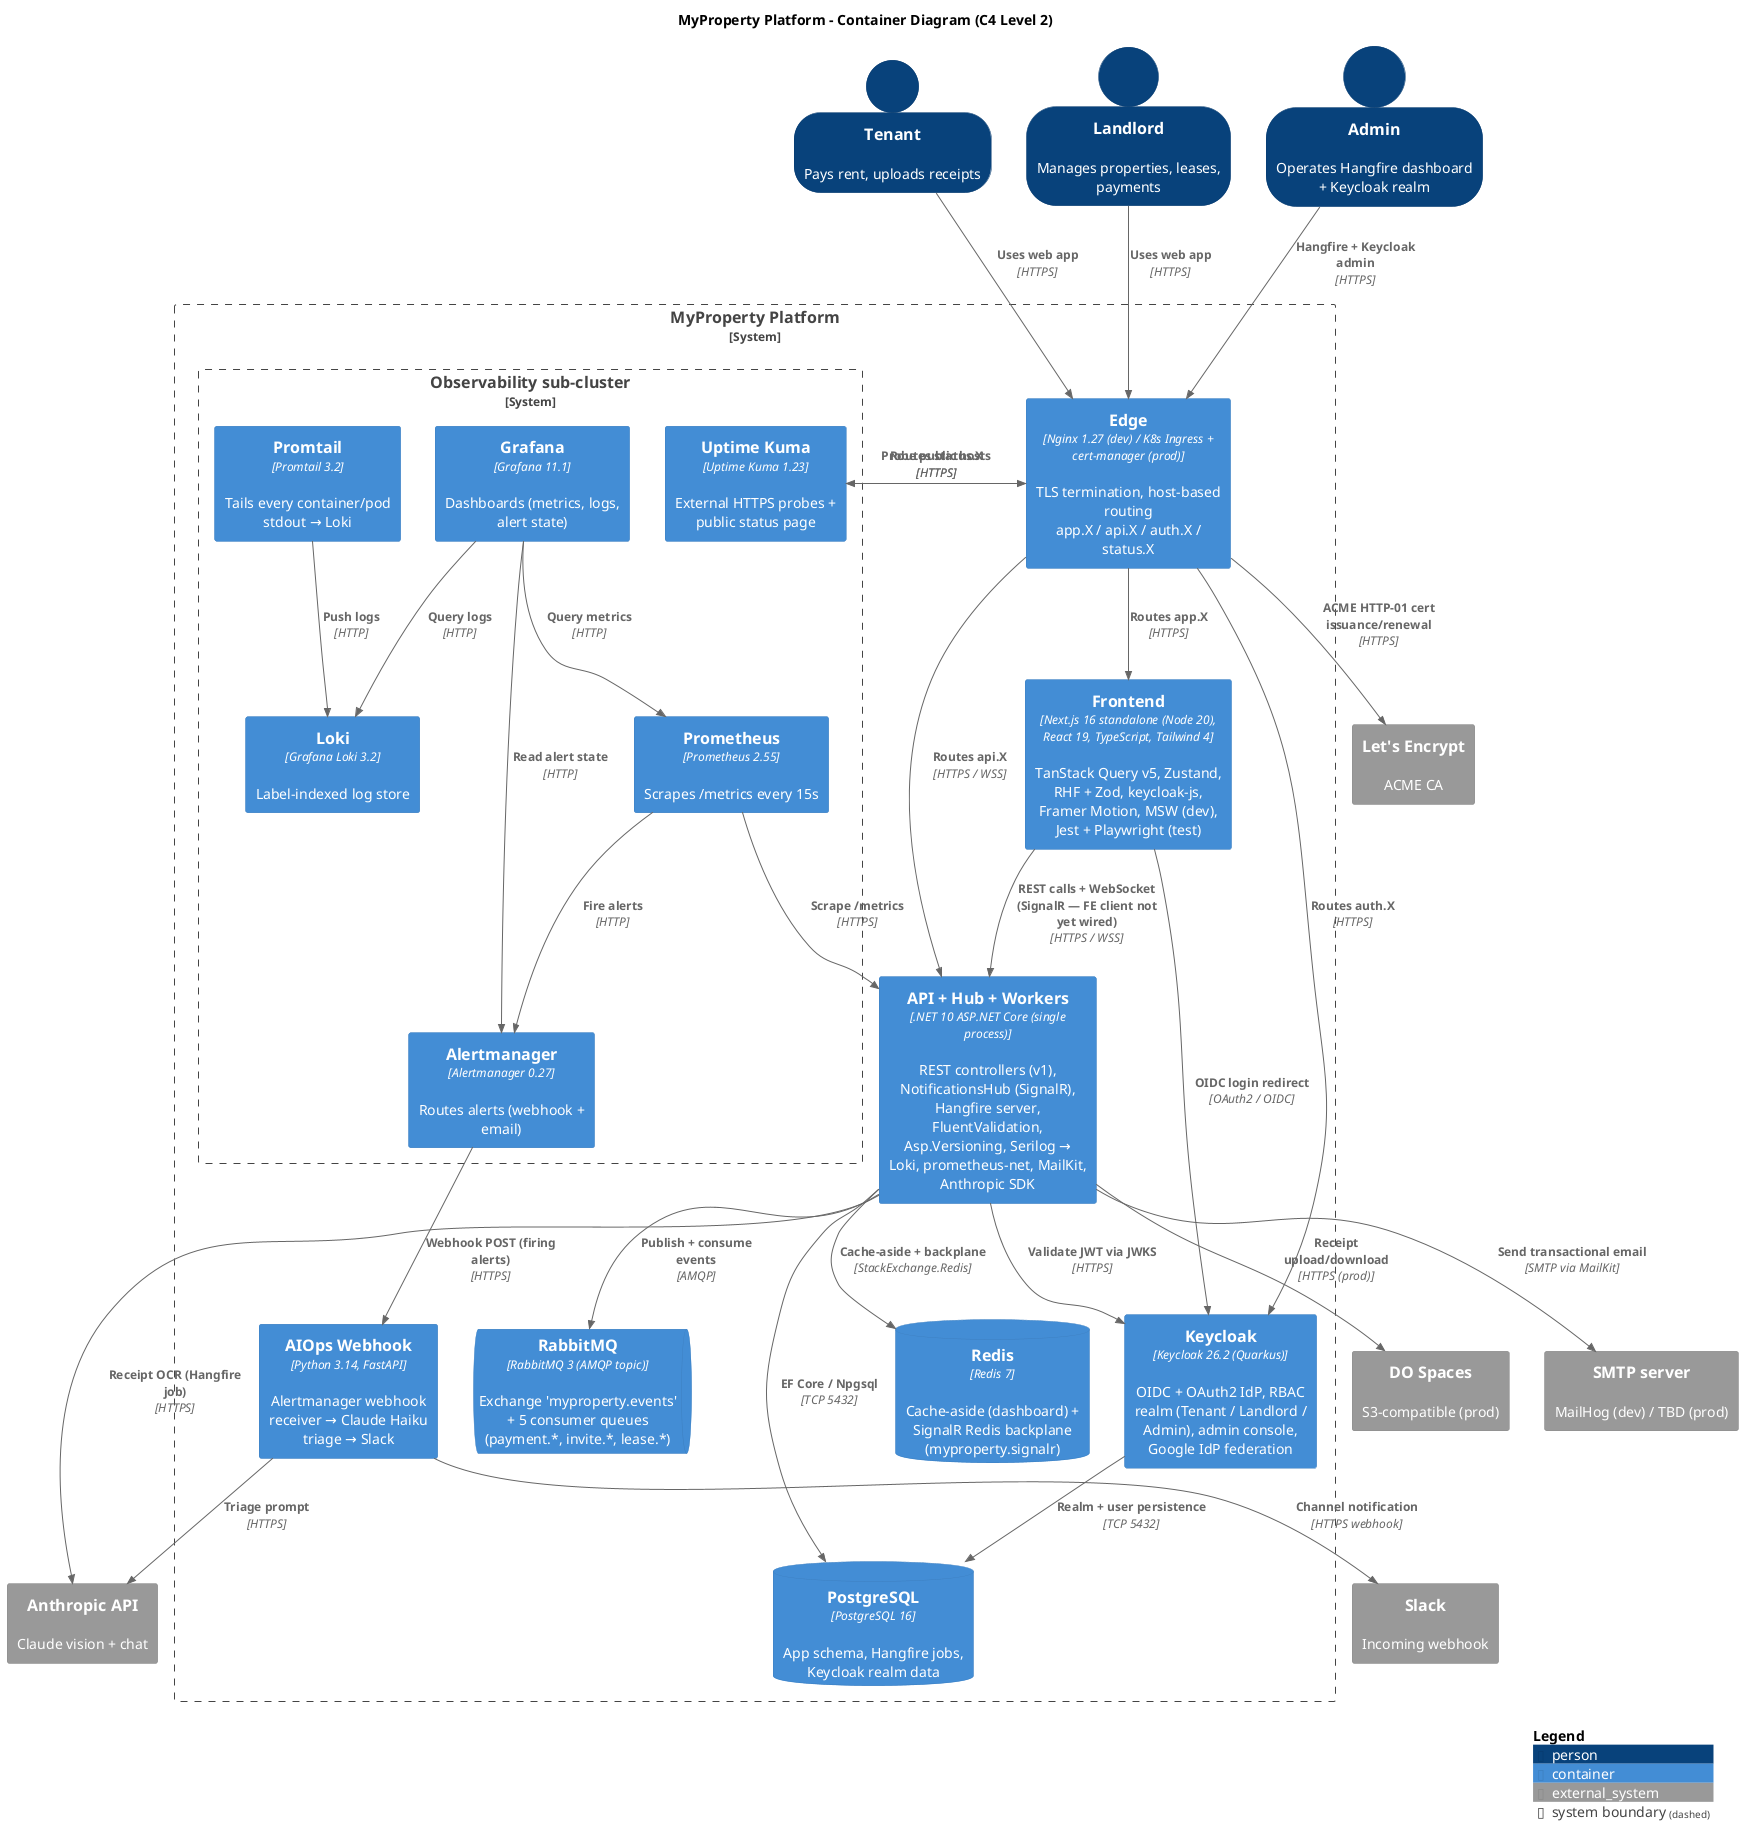
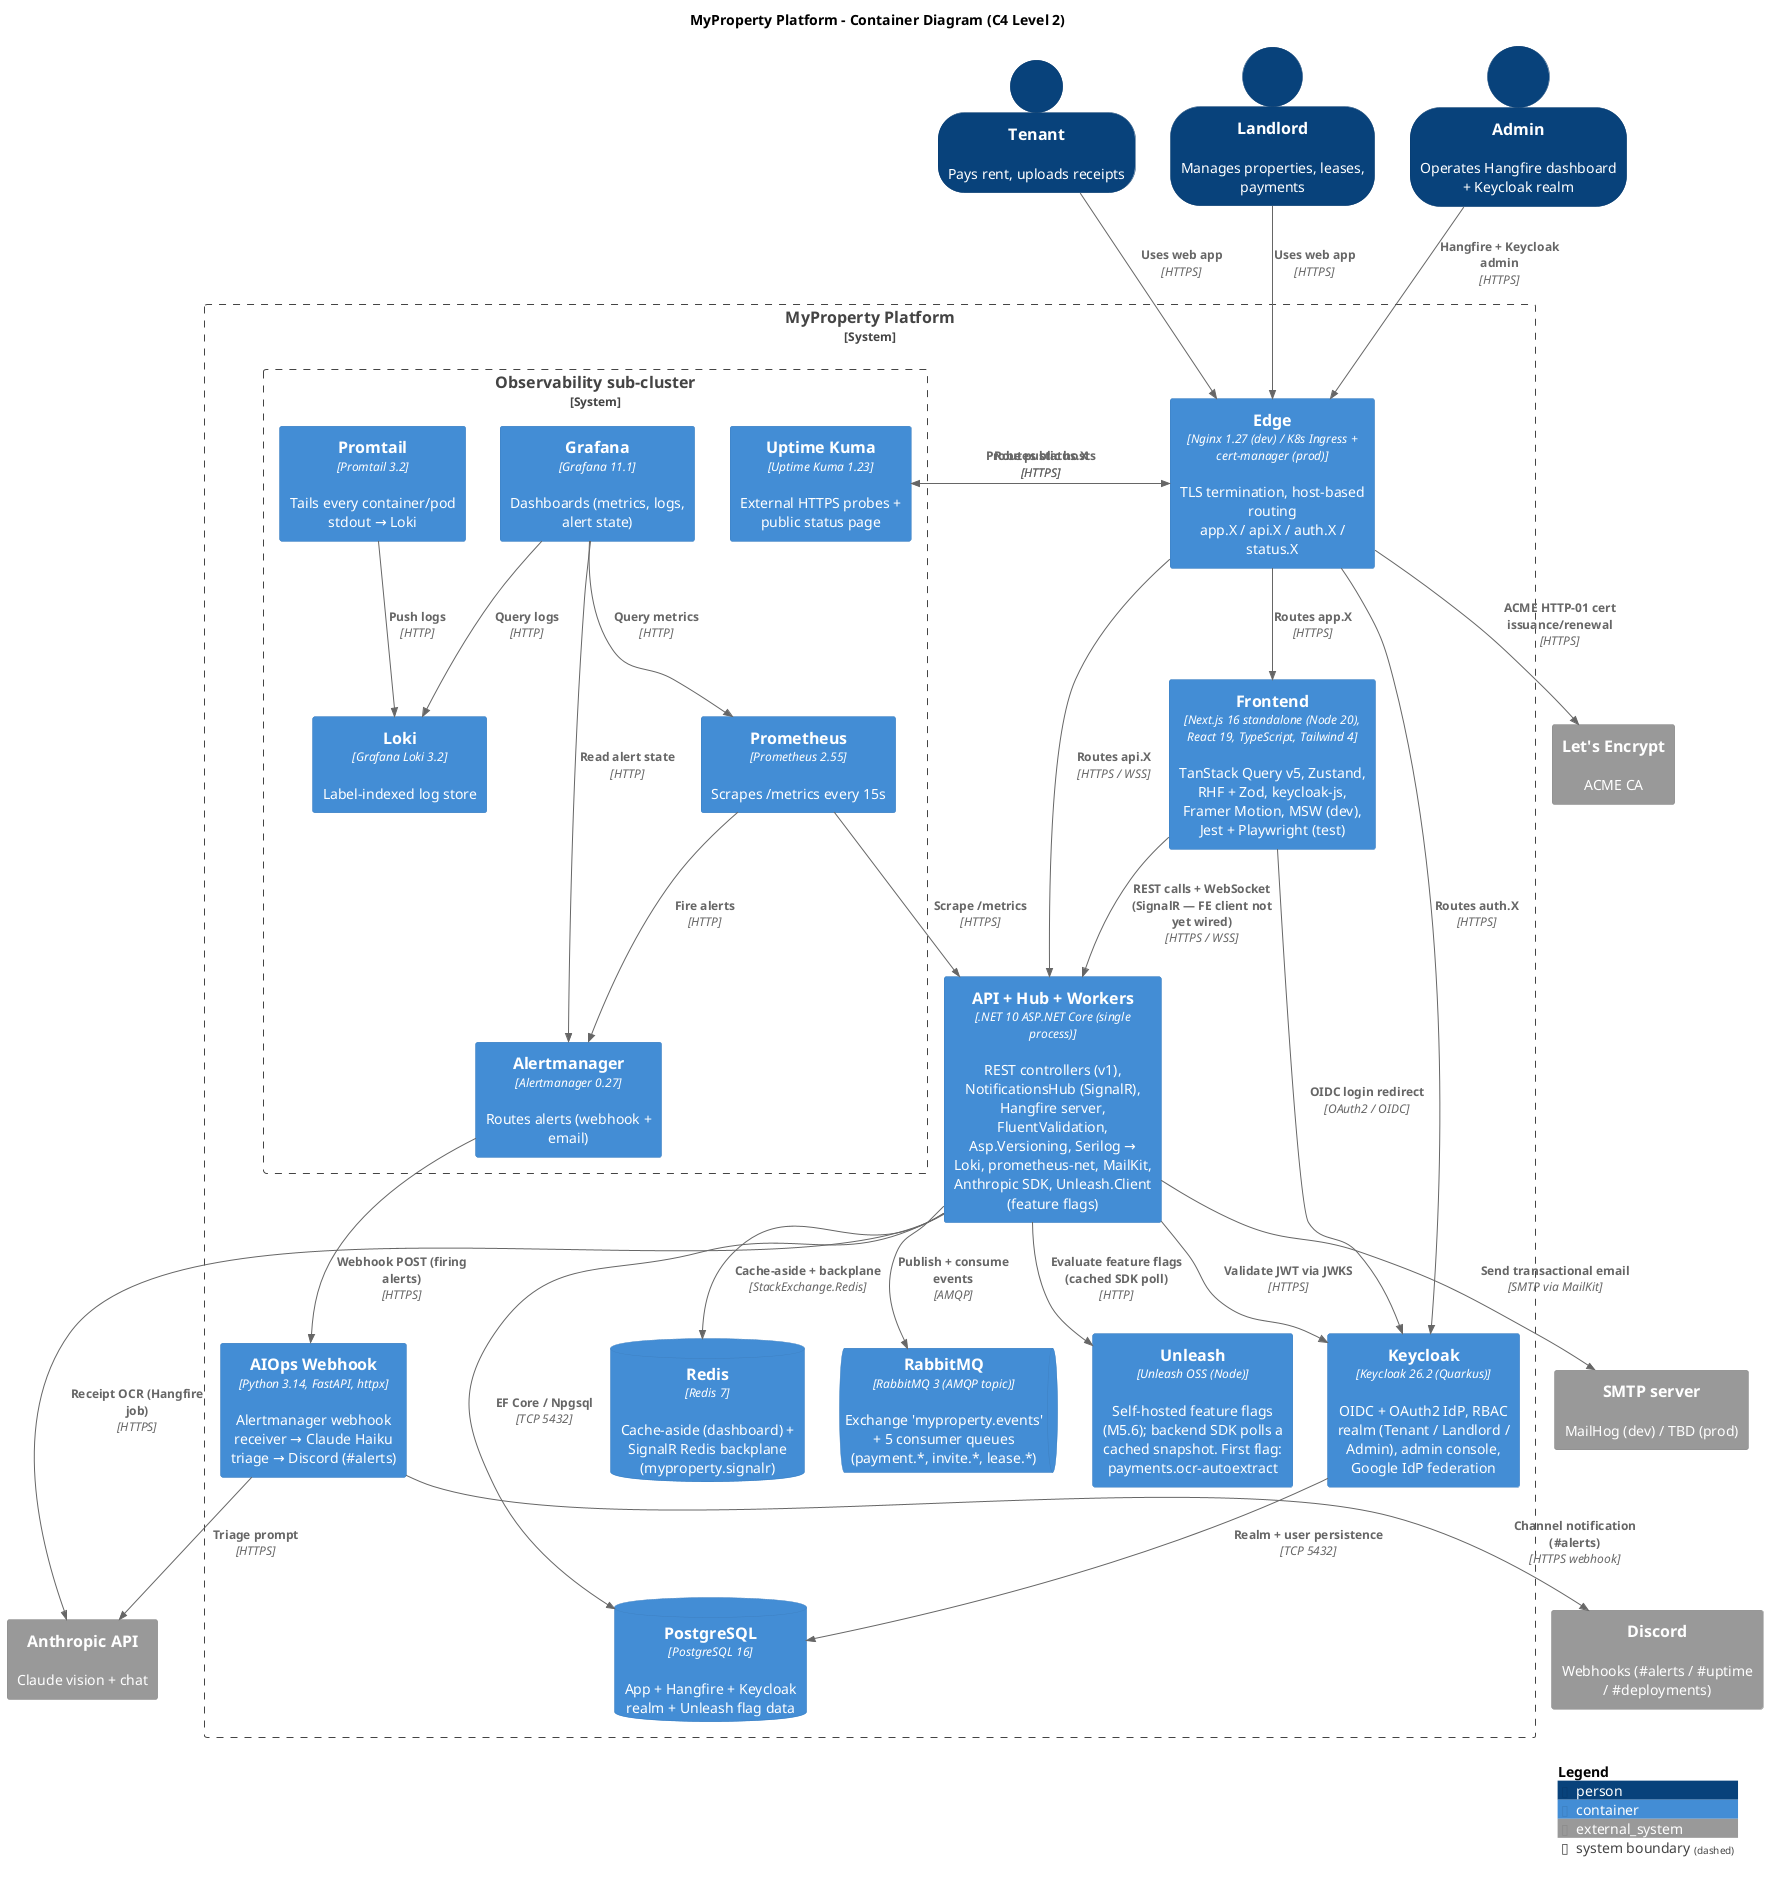
@startuml
!include <C4/C4_Container>

LAYOUT_TOP_DOWN()
SHOW_PERSON_OUTLINE()

title MyProperty Platform - Container Diagram (C4 Level 2)

' ====== Actors ======
Person(tenant,   "Tenant",   "Pays rent, uploads receipts")
Person(landlord, "Landlord", "Manages properties, leases, payments")
Person(admin,    "Admin",    "Operates Hangfire dashboard + Keycloak realm")

' ====== System boundary ======
System_Boundary(mp, "MyProperty Platform") {

    Container(edge, "Edge", "Nginx 1.27 (dev) / K8s Ingress + cert-manager (prod)", "TLS termination, host-based routing\napp.X / api.X / auth.X / status.X")

    Container(fe, "Frontend", "Next.js 16 standalone (Node 20), React 19, TypeScript, Tailwind 4", "TanStack Query v5, Zustand, RHF + Zod, keycloak-js, Framer Motion, MSW (dev), Jest + Playwright (test)")

-     Container(api, "API + Hub + Workers", ".NET 10 ASP.NET Core (single process)", "REST controllers (v1), NotificationsHub (SignalR), Hangfire server, FluentValidation, Asp.Versioning, Serilog → Loki, prometheus-net, MailKit, Anthropic SDK")
+     Container(api, "API + Hub + Workers", ".NET 10 ASP.NET Core (single process)", "REST controllers (v1), NotificationsHub (SignalR), Hangfire server, FluentValidation, Asp.Versioning, Serilog → Loki, prometheus-net, MailKit, Anthropic SDK, Unleash.Client (feature flags)")

-     Container(aiops, "AIOps Webhook", "Python 3.14, FastAPI", "Alertmanager webhook receiver → Claude Haiku triage → Slack")
+     Container(aiops, "AIOps Webhook", "Python 3.14, FastAPI, httpx", "Alertmanager webhook receiver → Claude Haiku triage → Discord (#alerts)")

    Container(kc, "Keycloak", "Keycloak 26.2 (Quarkus)", "OIDC + OAuth2 IdP, RBAC realm (Tenant / Landlord / Admin), admin console, Google IdP federation")

-     ContainerDb(pg,    "PostgreSQL",  "PostgreSQL 16", "App schema, Hangfire jobs, Keycloak realm data")
+     Container(unleash, "Unleash", "Unleash OSS (Node)", "Self-hosted feature flags (M5.6); backend SDK polls a cached snapshot. First flag: payments.ocr-autoextract")
+ 
+     ContainerDb(pg,    "PostgreSQL",  "PostgreSQL 16", "App + Hangfire + Keycloak realm + Unleash flag data")
    ContainerDb(redis, "Redis",       "Redis 7",       "Cache-aside (dashboard) + SignalR Redis backplane (myproperty.signalr)")
    ContainerQueue(mq, "RabbitMQ",    "RabbitMQ 3 (AMQP topic)", "Exchange 'myproperty.events' + 5 consumer queues (payment.*, invite.*, lease.*)")

    System_Boundary(obs, "Observability sub-cluster") {
        Container(prom,     "Prometheus",   "Prometheus 2.55",    "Scrapes /metrics every 15s")
        Container(alert,    "Alertmanager", "Alertmanager 0.27", "Routes alerts (webhook + email)")
        Container(loki,     "Loki",         "Grafana Loki 3.2",   "Label-indexed log store")
        Container(promtail, "Promtail",     "Promtail 3.2",       "Tails every container/pod stdout → Loki")
        Container(grafana,  "Grafana",      "Grafana 11.1",       "Dashboards (metrics, logs, alert state)")
        Container(kuma,     "Uptime Kuma",  "Uptime Kuma 1.23",   "External HTTPS probes + public status page")
    }
}

' ====== External systems ======
System_Ext(anthropic,   "Anthropic API",  "Claude vision + chat")
- System_Ext(spaces,      "DO Spaces",      "S3-compatible (prod)")
- System_Ext(slack,       "Slack",          "Incoming webhook")
+ System_Ext(discord,     "Discord",        "Webhooks (#alerts / #uptime / #deployments)")
System_Ext(letsencrypt, "Let's Encrypt",  "ACME CA")
System_Ext(smtp,        "SMTP server",    "MailHog (dev) / TBD (prod)")

' ====== Edges: users ======
Rel(tenant,   edge, "Uses web app", "HTTPS")
Rel(landlord, edge, "Uses web app", "HTTPS")
Rel(admin,    edge, "Hangfire + Keycloak admin", "HTTPS")

Rel(edge, fe,   "Routes app.X",    "HTTPS")
Rel(edge, api,  "Routes api.X",    "HTTPS / WSS")
Rel(edge, kc,   "Routes auth.X",   "HTTPS")
Rel(edge, kuma, "Routes status.X", "HTTPS")

' ====== Edges: app ======
Rel(fe,  api, "REST calls + WebSocket (SignalR — FE client not yet wired)", "HTTPS / WSS")
Rel(fe,  kc,  "OIDC login redirect",   "OAuth2 / OIDC")
Rel(api, kc,  "Validate JWT via JWKS", "HTTPS")

' ====== Edges: data tier ======
Rel(api, pg,    "EF Core / Npgsql",          "TCP 5432")
Rel(api, redis, "Cache-aside + backplane",   "StackExchange.Redis")
Rel(api, mq,    "Publish + consume events",  "AMQP")
Rel(kc,  pg,    "Realm + user persistence",  "TCP 5432")

' ====== Edges: external I/O ======
Rel(api, anthropic, "Receipt OCR (Hangfire job)", "HTTPS")
- Rel(api, spaces,    "Receipt upload/download",     "HTTPS (prod)")
Rel(api, smtp,      "Send transactional email",    "SMTP via MailKit")
+ Rel(api, unleash,   "Evaluate feature flags (cached SDK poll)", "HTTP")

' ====== Edges: AIOps pipeline ======
Rel(alert, aiops,     "Webhook POST (firing alerts)", "HTTPS")
Rel(aiops, anthropic, "Triage prompt",                "HTTPS")
- Rel(aiops, slack,     "Channel notification",         "HTTPS webhook")
+ Rel(aiops, discord,   "Channel notification (#alerts)", "HTTPS webhook")

' ====== Edges: observability ======
Rel(prom,     api,    "Scrape /metrics", "HTTPS")
Rel(prom,     alert,  "Fire alerts",     "HTTP")
Rel(promtail, loki,   "Push logs",       "HTTP")
Rel(grafana,  prom,   "Query metrics",   "HTTP")
Rel(grafana,  loki,   "Query logs",      "HTTP")
Rel(grafana,  alert,  "Read alert state","HTTP")
Rel(kuma,     edge,   "Probe public hosts", "HTTPS")

' ====== Edges: edge cert flow ======
Rel(edge, letsencrypt, "ACME HTTP-01 cert issuance/renewal", "HTTPS")

SHOW_LEGEND()
@enduml
